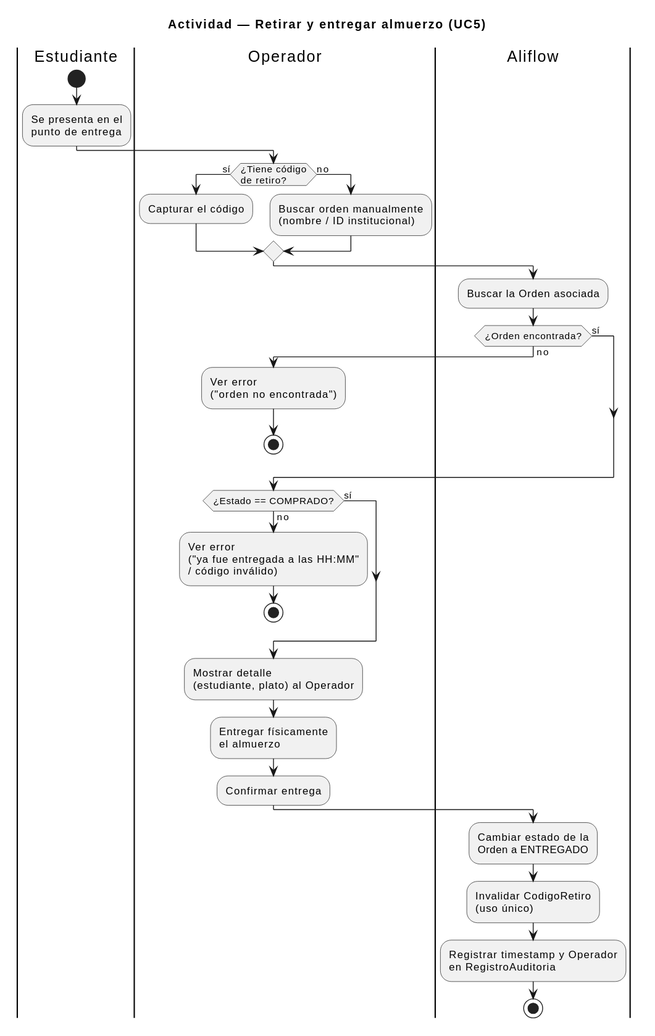
This is uml/actividad-retiro-entrega.svg from Jesus-JB/aliflow, a PlantUML export, as it was before one commit.
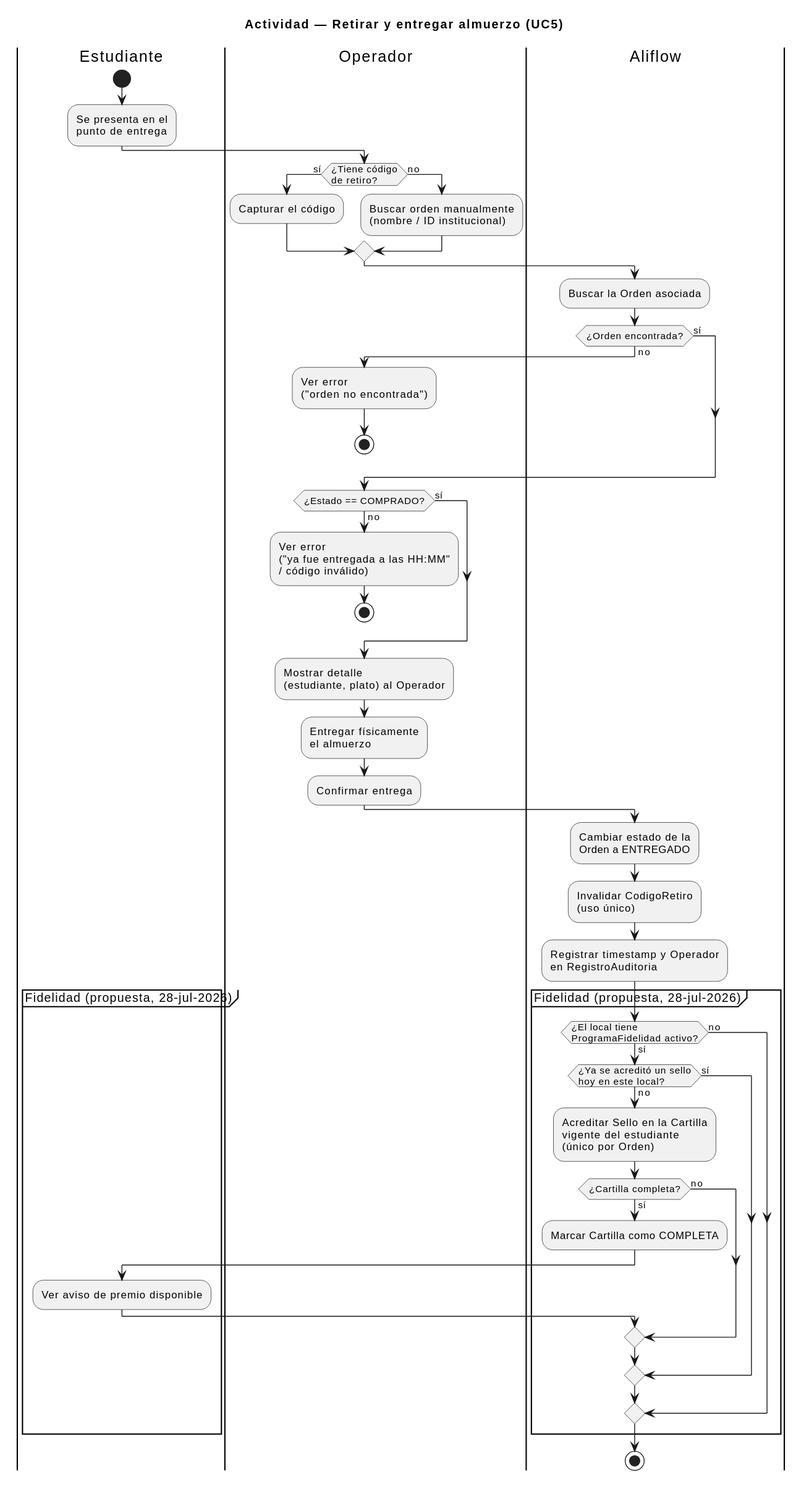
After the change.

The edit, as a diff of the source:
```diff
@@ -38,5 +38,22 @@
 :Cambiar estado de la\nOrden a ENTREGADO;
 :Invalidar CodigoRetiro\n(uso único);
 :Registrar timestamp y Operador\nen RegistroAuditoria;
+
+partition "Fidelidad (propuesta, 28-jul-2026)" {
+  if (¿El local tiene\nProgramaFidelidad activo?) then (no)
+  else (sí)
+    if (¿Ya se acreditó un sello\nhoy en este local?) then (sí)
+    else (no)
+      :Acreditar Sello en la Cartilla\nvigente del estudiante\n(único por Orden);
+      if (¿Cartilla completa?) then (sí)
+        :Marcar Cartilla como COMPLETA;
+        |Estudiante|
+        :Ver aviso de premio disponible;
+        |Aliflow|
+      else (no)
+      endif
+    endif
+  endif
+}
 stop
 @enduml
```
